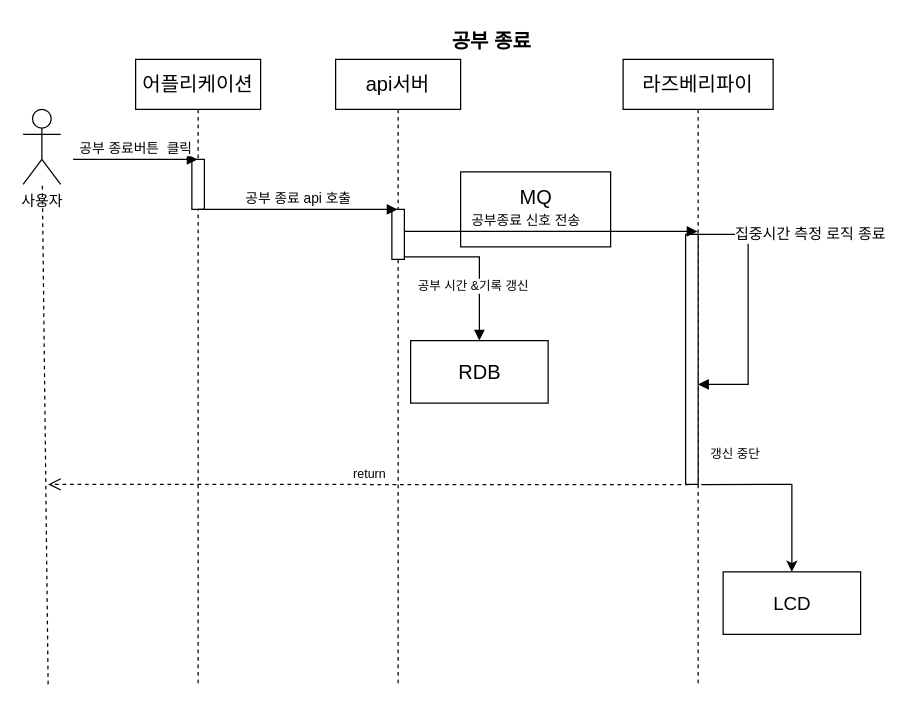
veryneuron/study_mate_project keeps this draw.io diagram as page "공부 종료" (4 of 11) of doc/UML.drawio. Above is the earlier version. Source tidied: cells renumbered, new cells numbered last; positions are measured from the earlier drawing's top-left corner, leaving out a move shared by most shapes. Both pictures are drawn from the tidied source at 125%, with x=0, y=0 at pixel (22, 21).
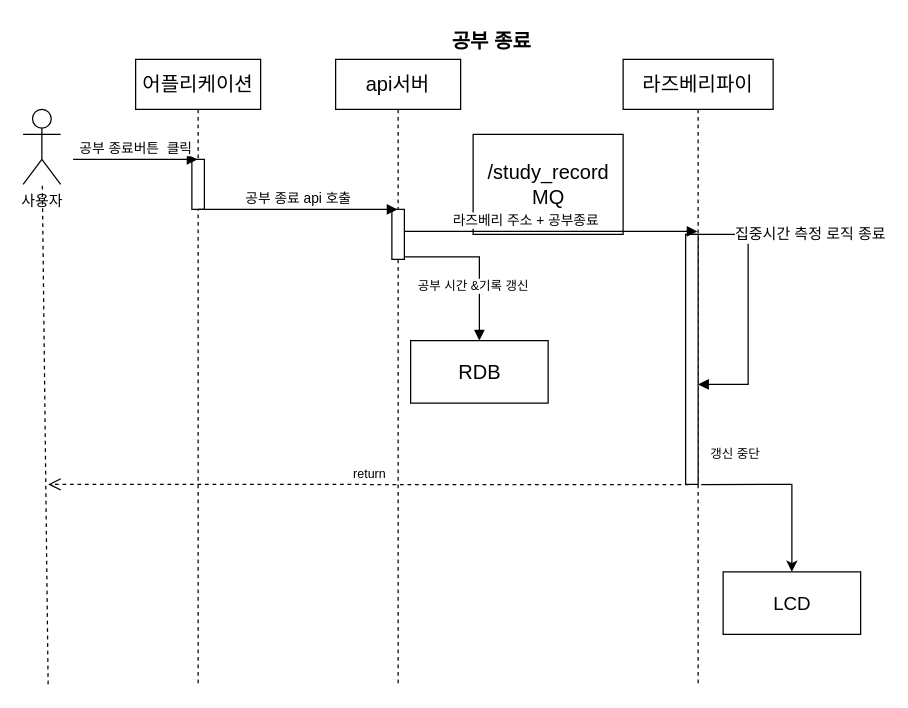
After the change.

Unchanged cells that the change refers to:
```xml
<mxCell id="4" style="html=1;points=[];perimeter=orthogonalPerimeter;" parent="3" vertex="1">
  <mxGeometry x="45" y="120" width="10" height="40" as="geometry" />
</mxCell>
<mxCell id="5" value="라즈베리파이" style="shape=umlLifeline;perimeter=lifelinePerimeter;whiteSpace=wrap;html=1;outlineConnect=0;fontSize=16;" parent="1" vertex="1">
  <mxGeometry x="480" y="30" width="120" height="500" as="geometry" />
</mxCell>
```

The edit, as a diff of the source:
```diff
@@
-    <mxCell id="9" value="MQ&lt;br&gt;&lt;br&gt;" style="html=1;fontSize=16;" parent="1" vertex="1">
-      <mxGeometry x="350" y="120" width="120" height="60" as="geometry" />
+    <mxCell id="9" value="/study_record&lt;br&gt;MQ" style="html=1;fontSize=16;" parent="1" vertex="1">
+      <mxGeometry x="360" y="90" width="120" height="80" as="geometry" />
     </mxCell>
@@
-    <mxCell id="16" value="공부종료 신호 전송" style="html=1;verticalAlign=bottom;endArrow=block;rounded=0;exitX=1;exitY=0.442;exitDx=0;exitDy=0;exitPerimeter=0;" parent="1" edge="1" source="4" target="5">
+    <mxCell id="16" value="라즈베리 주소 + 공부종료" style="html=1;verticalAlign=bottom;endArrow=block;rounded=0;exitX=1;exitY=0.442;exitDx=0;exitDy=0;exitPerimeter=0;" parent="1" edge="1" source="4" target="5">
       <mxGeometry x="-0.17" relative="1" as="geometry" />
     </mxCell>
```
